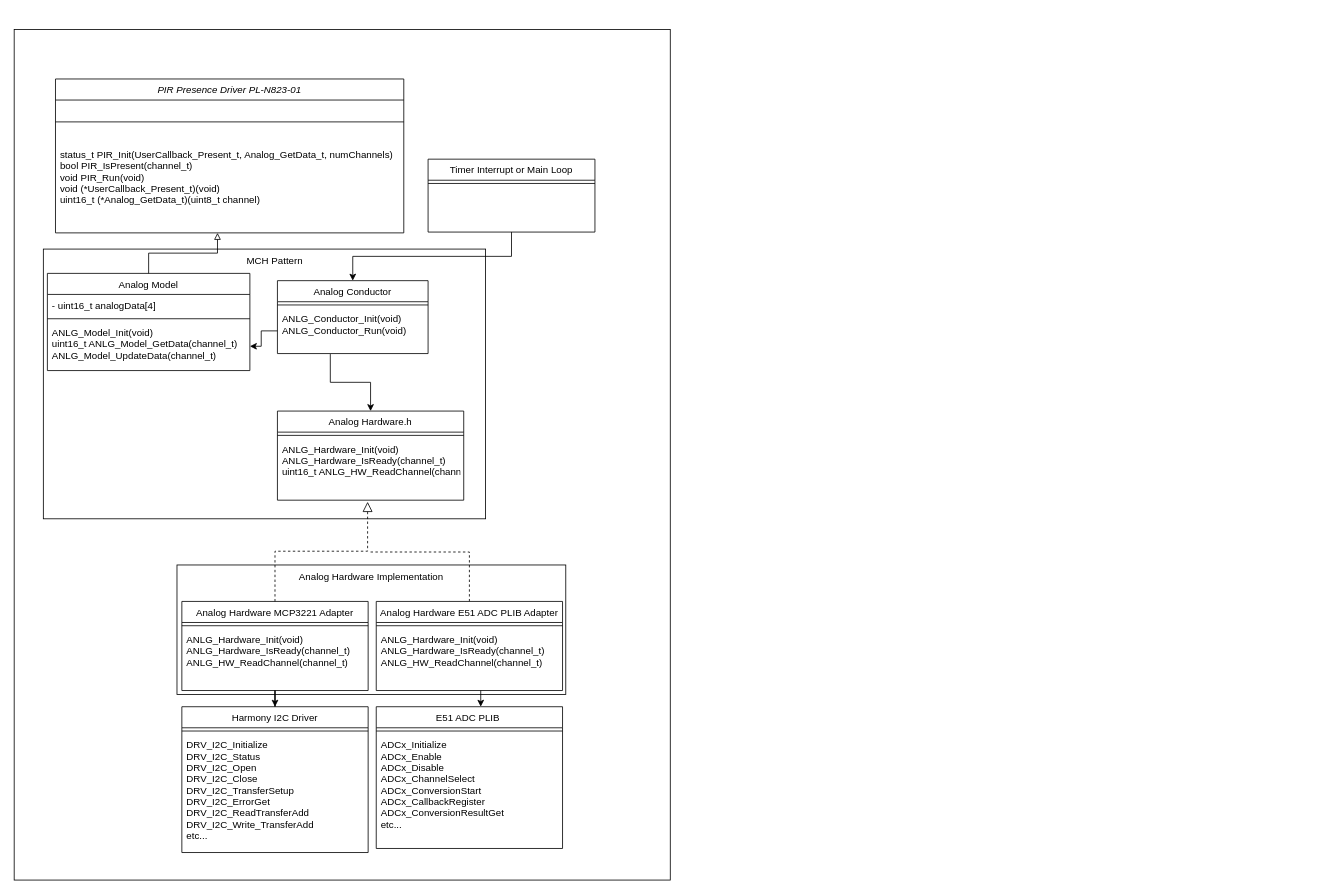
Before: media/PirDriverUml.drawio in briantate/pir_presence, a draw.io diagram. Source tidied: cells renumbered, new cells numbered last; positions are measured from the earlier drawing's top-left corner, leaving out a move shared by most shapes. Both pictures are drawn from the tidied source at 81%, with x=0, y=0 at pixel (14, 29).
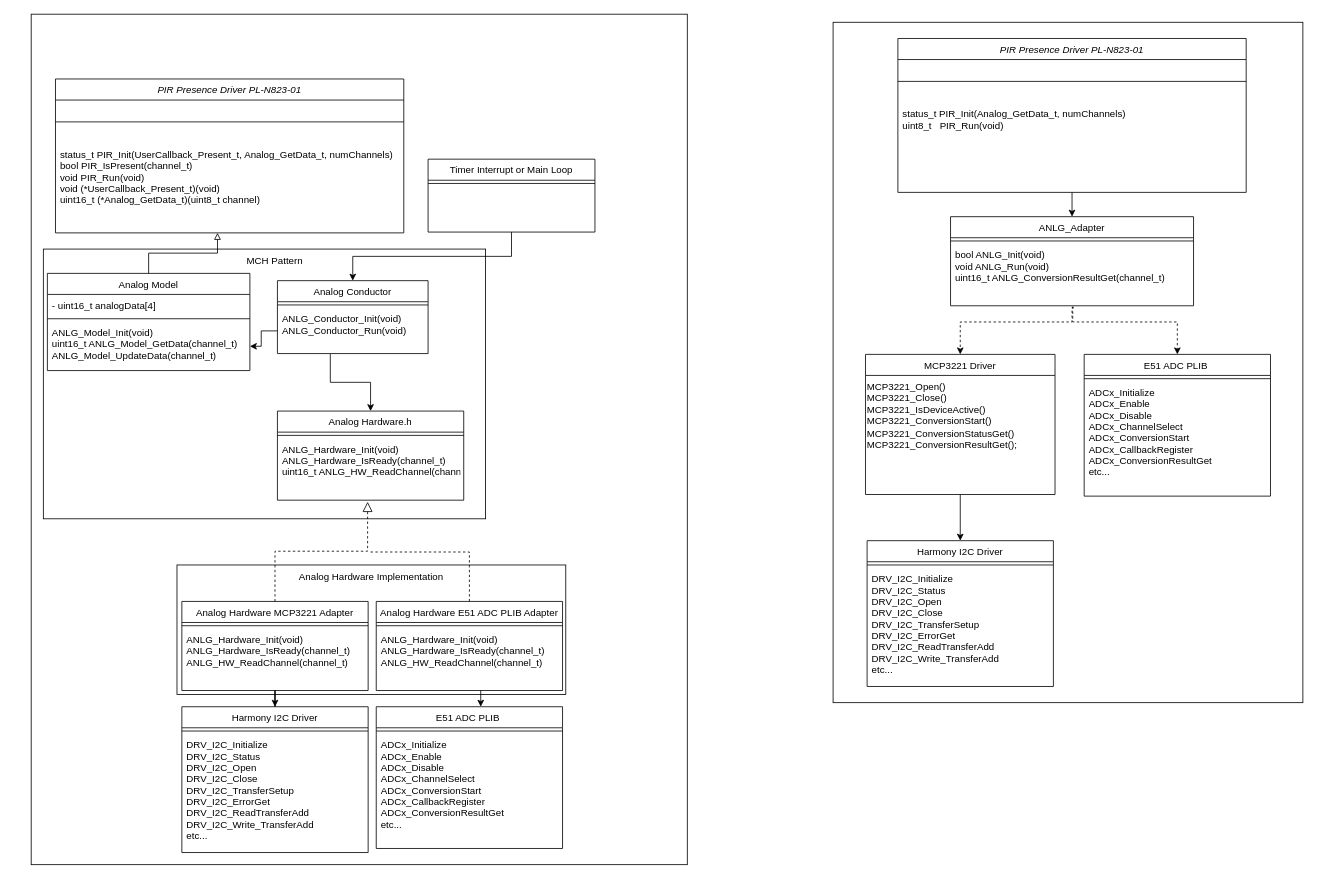
The same diagram, later.

Commit message:
update uml diagram

The edit, as a diff of the source:
```diff
@@
+    <mxCell id="42" style="rounded=0;whiteSpace=wrap;html=1;" parent="1" vertex="1">
+      <mxGeometry x="1011" y="-9" width="580" height="840" as="geometry" />
+    </mxCell>
     <mxCell id="2" style="rounded=0;whiteSpace=wrap;html=1;" parent="1" vertex="1">
-      <mxGeometry width="810" height="1050" as="geometry" />
+      <mxGeometry x="21" y="-19" width="810" height="1050" as="geometry" />
     </mxCell>
@@
+    <mxCell id="43" style="edgeStyle=orthogonalEdgeStyle;rounded=0;jettySize=auto;html=1;exitX=0.507;exitY=1.026;exitDx=0;exitDy=0;dashed=1;exitPerimeter=0;" parent="1" edge="1" source="59" target="48">
+      <mxGeometry relative="1" as="geometry">
+        <Array as="points">
+          <mxPoint x="1306" y="343" />
+          <mxPoint x="1306" y="361" />
+          <mxPoint x="1168" y="361" />
+        </Array>
+      </mxGeometry>
+    </mxCell>
+    <mxCell id="44" style="edgeStyle=orthogonalEdgeStyle;rounded=0;jettySize=auto;html=1;exitX=0.5;exitY=1;exitDx=0;exitDy=0;entryX=0.5;entryY=0;entryDx=0;entryDy=0;startArrow=none;startFill=0;endArrow=classic;endFill=1;" parent="1" edge="1" source="45" target="57">
+      <mxGeometry relative="1" as="geometry" />
+    </mxCell>
+    <mxCell id="45" value="PIR Presence Driver PL-N823-01" style="swimlane;fontStyle=2;align=center;verticalAlign=top;horizontal=1;startSize=26;rounded=0;shadow=0;strokeWidth=1;" parent="1" vertex="1">
+      <mxGeometry x="1091" y="11" width="430" height="190" as="geometry" />
+    </mxCell>
+    <mxCell id="46" style="line;html=1;strokeWidth=1;align=left;verticalAlign=middle;spacingTop=-1;spacingLeft=3;spacingRight=3;labelPosition=right;" parent="45" vertex="1">
+      <mxGeometry y="26" width="430" height="54" as="geometry" />
+    </mxCell>
+    <mxCell id="47" value="status_t PIR_Init(Analog_GetData_t, numChannels)&#10;uint8_t   PIR_Run(void)" style="text;align=left;verticalAlign=top;spacingLeft=4;spacingRight=4;overflow=hidden;" parent="45" vertex="1">
+      <mxGeometry y="80" width="430" height="78" as="geometry" />
+    </mxCell>
+    <mxCell id="48" value="MCP3221 Driver" style="swimlane;fontStyle=0;align=center;verticalAlign=top;horizontal=1;startSize=26;rounded=0;shadow=0;strokeWidth=1;" parent="1" vertex="1">
+      <mxGeometry x="1051" y="401" width="234" height="173" as="geometry" />
+    </mxCell>
+    <mxCell id="49" value="MCP3221_Open()&lt;br&gt;MCP3221_Close()&lt;br&gt;MCP3221_IsDeviceActive()&lt;br&gt;MCP3221_ConversionStart()&lt;br&gt;MCP3221_ConversionStatusGet()&lt;br&gt;MCP3221_ConversionResultGet();" style="text;whiteSpace=wrap;html=1;" parent="48" vertex="1">
+      <mxGeometry y="26" width="234" height="110" as="geometry" />
+    </mxCell>
+    <mxCell id="50" value="E51 ADC PLIB " style="swimlane;fontStyle=0;align=center;verticalAlign=top;horizontal=1;startSize=26;rounded=0;shadow=0;strokeWidth=1;" parent="1" vertex="1">
+      <mxGeometry x="1321" y="401" width="230" height="175" as="geometry" />
+    </mxCell>
+    <mxCell id="51" style="line;html=1;strokeWidth=1;align=left;verticalAlign=middle;spacingTop=-1;spacingLeft=3;spacingRight=3;labelPosition=right;" parent="50" vertex="1">
+      <mxGeometry y="26" width="230" height="8" as="geometry" />
+    </mxCell>
+    <mxCell id="52" value="ADCx_Initialize&#10;ADCx_Enable&#10;ADCx_Disable&#10;ADCx_ChannelSelect&#10;ADCx_ConversionStart&#10;ADCx_CallbackRegister&#10;ADCx_ConversionResultGet&#10;etc..." style="text;align=left;verticalAlign=top;spacingLeft=4;spacingRight=4;overflow=hidden;" parent="50" vertex="1">
+      <mxGeometry y="34" width="230" height="126" as="geometry" />
+    </mxCell>
+    <mxCell id="53" value="Harmony I2C Driver" style="swimlane;fontStyle=0;align=center;verticalAlign=top;horizontal=1;startSize=26;rounded=0;shadow=0;strokeWidth=1;" parent="1" vertex="1">
+      <mxGeometry x="1053" y="631" width="230" height="180" as="geometry" />
+    </mxCell>
+    <mxCell id="54" style="line;html=1;strokeWidth=1;align=left;verticalAlign=middle;spacingTop=-1;spacingLeft=3;spacingRight=3;labelPosition=right;" parent="53" vertex="1">
+      <mxGeometry y="26" width="230" height="8" as="geometry" />
+    </mxCell>
+    <mxCell id="55" value="DRV_I2C_Initialize&#10;DRV_I2C_Status&#10;DRV_I2C_Open&#10;DRV_I2C_Close&#10;DRV_I2C_TransferSetup&#10;DRV_I2C_ErrorGet&#10;DRV_I2C_ReadTransferAdd&#10;DRV_I2C_Write_TransferAdd&#10;etc..." style="text;align=left;verticalAlign=top;spacingLeft=4;spacingRight=4;overflow=hidden;" parent="53" vertex="1">
+      <mxGeometry y="34" width="230" height="146" as="geometry" />
+    </mxCell>
+    <mxCell id="56" style="edgeStyle=orthogonalEdgeStyle;rounded=0;jettySize=auto;html=1;exitX=0.5;exitY=1;exitDx=0;exitDy=0;" parent="1" edge="1" source="48" target="53">
+      <mxGeometry relative="1" as="geometry" />
+    </mxCell>
+    <mxCell id="57" value="ANLG_Adapter" style="swimlane;fontStyle=0;align=center;verticalAlign=top;horizontal=1;startSize=26;rounded=0;shadow=0;strokeWidth=1;" parent="1" vertex="1">
+      <mxGeometry x="1156" y="231" width="300" height="110" as="geometry" />
+    </mxCell>
+    <mxCell id="58" style="line;html=1;strokeWidth=1;align=left;verticalAlign=middle;spacingTop=-1;spacingLeft=3;spacingRight=3;labelPosition=right;" parent="57" vertex="1">
+      <mxGeometry y="26" width="300" height="8" as="geometry" />
+    </mxCell>
+    <mxCell id="59" value="bool ANLG_Init(void)&#10;void ANLG_Run(void)&#10;uint16_t ANLG_ConversionResultGet(channel_t)" style="text;align=left;verticalAlign=top;spacingLeft=4;spacingRight=4;overflow=hidden;points=[[0,0.5],[1,0.5]];portConstraint=eastwest;" parent="57" vertex="1">
+      <mxGeometry y="34" width="300" height="76" as="geometry" />
+    </mxCell>
+    <mxCell id="60" style="edgeStyle=orthogonalEdgeStyle;rounded=0;jettySize=auto;html=1;exitX=0.503;exitY=1.013;exitDx=0;exitDy=0;dashed=1;exitPerimeter=0;entryX=0.5;entryY=0;entryDx=0;entryDy=0;" parent="1" edge="1" source="59" target="50">
+      <mxGeometry relative="1" as="geometry">
+        <Array as="points">
+          <mxPoint x="1307" y="361" />
+          <mxPoint x="1436" y="361" />
+        </Array>
+      </mxGeometry>
+    </mxCell>
```
